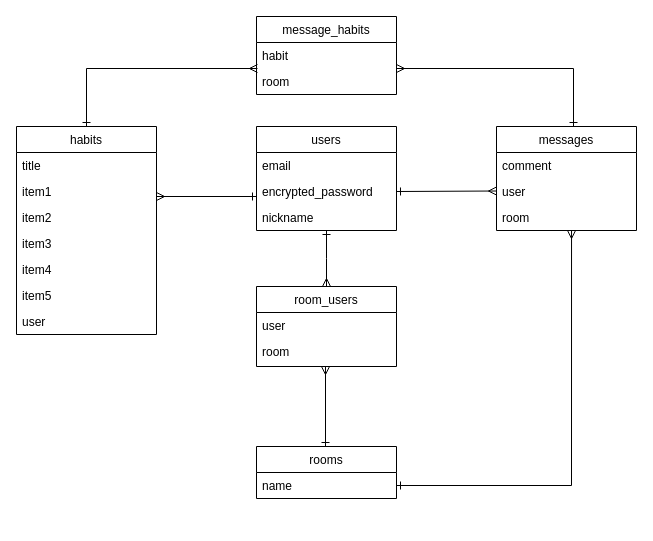
This is ER.dio from soetakara/habit_share-app, a draw.io file, before an edit. Source tidied: cells renumbered, new cells numbered last; positions are measured from the earlier drawing's top-left corner, leaving out a move shared by most shapes. Both pictures are drawn from the tidied source at 100%, with x=0, y=0 at pixel (16, 16).
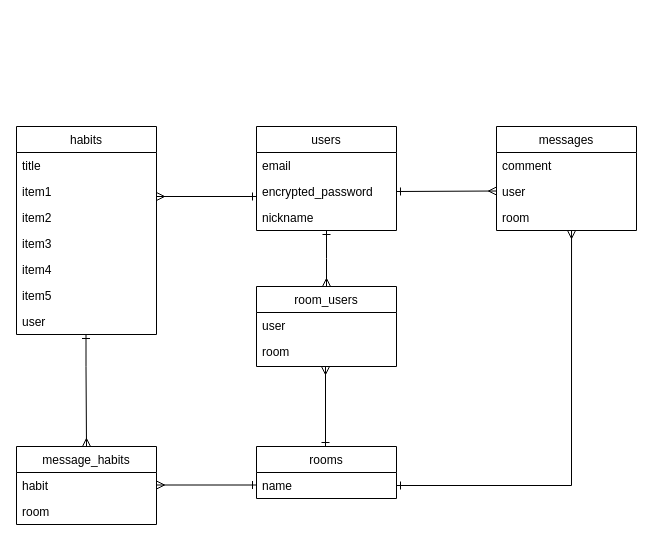
After the change.

The change refers to these unchanged cells:
```xml
<mxCell id="17" value="habits" style="swimlane;fontStyle=0;horizontal=1;startSize=26;" parent="1" vertex="1">
  <mxGeometry y="110" width="140" height="208" as="geometry" />
</mxCell>
<mxCell id="26" value="habit" style="text;strokeColor=none;fillColor=none;align=left;verticalAlign=top;spacingLeft=4;spacingRight=4;overflow=hidden;points=[[0,0.5],[1,0.5]];portConstraint=eastwest;" parent="25" vertex="1">
  <mxGeometry y="26" width="140" height="26" as="geometry" />
</mxCell>
<mxCell id="27" value="room" style="text;strokeColor=none;fillColor=none;align=left;verticalAlign=top;spacingLeft=4;spacingRight=4;overflow=hidden;points=[[0,0.5],[1,0.5]];portConstraint=eastwest;" parent="25" vertex="1">
  <mxGeometry y="52" width="140" height="26" as="geometry" />
</mxCell>
```

Change to the diagram source:
```diff
@@
     <mxCell id="25" value="message_habits" style="swimlane;fontStyle=0;horizontal=1;startSize=26;" parent="1" vertex="1">
-      <mxGeometry x="240" width="140" height="78" as="geometry" />
+      <mxGeometry y="430" width="140" height="78" as="geometry" />
     </mxCell>
@@
-    <mxCell id="28" style="edgeStyle=orthogonalEdgeStyle;rounded=0;jettySize=auto;html=1;endArrow=ERmany;endFill=0;startArrow=ERone;startFill=0;entryX=0.007;entryY=1;entryDx=0;entryDy=0;entryPerimeter=0;exitX=0.5;exitY=0;exitDx=0;exitDy=0;" parent="1" edge="1" source="17" target="26">
-      <mxGeometry relative="1" as="geometry">
-        <Array as="points">
-          <mxPoint x="70" y="52" />
-        </Array>
-      </mxGeometry>
-    </mxCell>
@@
-    <mxCell id="32" style="edgeStyle=orthogonalEdgeStyle;rounded=0;jettySize=auto;html=1;endArrow=ERmany;endFill=0;startArrow=ERone;startFill=0;exitX=0.5;exitY=0;exitDx=0;exitDy=0;" parent="1" edge="1" target="27">
-      <mxGeometry relative="1" as="geometry">
-        <mxPoint x="557" y="110" as="sourcePoint" />
-        <Array as="points">
-          <mxPoint x="557" y="52" />
-        </Array>
-      </mxGeometry>
-    </mxCell>
+    <mxCell id="33" style="edgeStyle=orthogonalEdgeStyle;rounded=0;orthogonalLoop=1;jettySize=auto;html=1;endArrow=ERmany;endFill=0;startArrow=ERone;startFill=0;" parent="1" edge="1">
+      <mxGeometry relative="1" as="geometry">
+        <mxPoint x="69.5" y="318" as="sourcePoint" />
+        <mxPoint x="70" y="430" as="targetPoint" />
+        <Array as="points">
+          <mxPoint x="70" y="350" />
+          <mxPoint x="70" y="350" />
+        </Array>
+      </mxGeometry>
+    </mxCell>
+    <mxCell id="34" style="edgeStyle=orthogonalEdgeStyle;rounded=0;orthogonalLoop=1;jettySize=auto;html=1;endArrow=ERmany;endFill=0;startArrow=ERone;startFill=0;" parent="1" edge="1">
+      <mxGeometry relative="1" as="geometry">
+        <mxPoint x="240" y="468.5" as="sourcePoint" />
+        <mxPoint x="140" y="468.5" as="targetPoint" />
+      </mxGeometry>
+    </mxCell>
```
